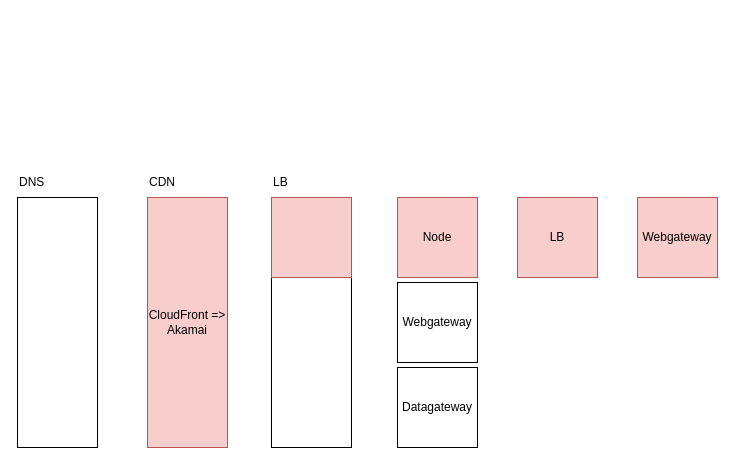
AC-YoY/diagram-storage keeps this draw.io diagram as ssr-phemex.drawio. Above is the earlier version. Source tidied: cells renumbered, new cells numbered last; positions are measured from the earlier drawing's top-left corner, leaving out a move shared by most shapes. Both pictures are drawn from the tidied source at 100%, with x=0, y=0 at pixel (17, 167).
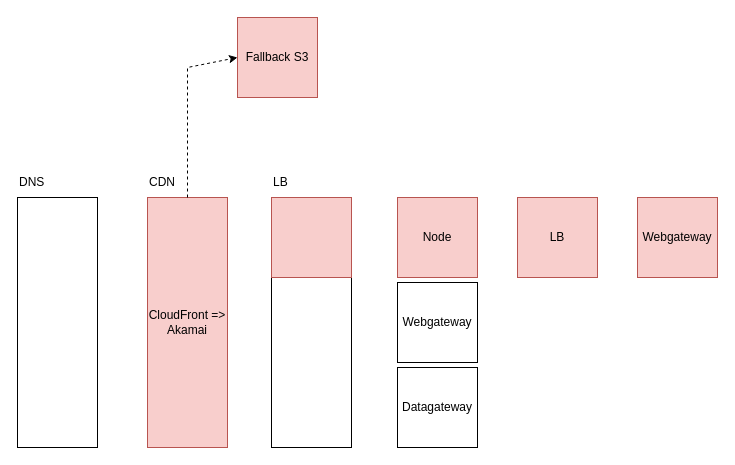
The same diagram, later.

Change to the diagram source:
```diff
@@
 <mxGraphModel>
   <root>
     <mxCell id="0" />
     <mxCell id="1" parent="0" />
     <mxCell id="2" style="rounded=0;whiteSpace=wrap;html=1;" parent="1" vertex="1">
       <mxGeometry y="30" width="80" height="250" as="geometry" />
     </mxCell>
     <mxCell id="3" value="&lt;div&gt;&lt;span style=&quot;background-color: transparent; color: light-dark(rgb(0, 0, 0), rgb(255, 255, 255));&quot;&gt;CloudFront =&amp;gt; Akamai&lt;/span&gt;&lt;/div&gt;" style="rounded=0;whiteSpace=wrap;html=1;fillColor=#f8cecc;strokeColor=#b85450;" parent="1" vertex="1">
       <mxGeometry x="130" y="30" width="80" height="250" as="geometry" />
     </mxCell>
     <mxCell id="4" style="rounded=0;whiteSpace=wrap;html=1;" parent="1" vertex="1">
       <mxGeometry x="254" y="30" width="80" height="250" as="geometry" />
     </mxCell>
     <mxCell id="5" value="DNS" style="text;html=1;align=left;verticalAlign=middle;whiteSpace=wrap;rounded=0;" parent="1" vertex="1">
       <mxGeometry width="60" height="30" as="geometry" />
     </mxCell>
     <mxCell id="6" value="CDN" style="text;html=1;align=left;verticalAlign=middle;whiteSpace=wrap;rounded=0;" parent="1" vertex="1">
       <mxGeometry x="130" width="60" height="30" as="geometry" />
     </mxCell>
     <mxCell id="7" value="LB" style="text;html=1;align=left;verticalAlign=middle;whiteSpace=wrap;rounded=0;" parent="1" vertex="1">
       <mxGeometry x="254" width="60" height="30" as="geometry" />
     </mxCell>
     <mxCell id="8" value="Node" style="rounded=0;whiteSpace=wrap;html=1;fillColor=#f8cecc;strokeColor=#b85450;" parent="1" vertex="1">
       <mxGeometry x="380" y="30" width="80" height="80" as="geometry" />
     </mxCell>
     <mxCell id="9" value="Webgateway" style="rounded=0;whiteSpace=wrap;html=1;" parent="1" vertex="1">
       <mxGeometry x="380" y="115" width="80" height="80" as="geometry" />
     </mxCell>
     <mxCell id="10" value="Datagateway" style="rounded=0;whiteSpace=wrap;html=1;" parent="1" vertex="1">
       <mxGeometry x="380" y="200" width="80" height="80" as="geometry" />
     </mxCell>
     <mxCell id="11" value="Webgateway" style="rounded=0;whiteSpace=wrap;html=1;fillColor=#f8cecc;strokeColor=#b85450;" parent="1" vertex="1">
       <mxGeometry x="620" y="30" width="80" height="80" as="geometry" />
     </mxCell>
     <mxCell id="12" value="LB" style="rounded=0;whiteSpace=wrap;html=1;fillColor=#f8cecc;strokeColor=#b85450;" parent="1" vertex="1">
       <mxGeometry x="500" y="30" width="80" height="80" as="geometry" />
     </mxCell>
     <mxCell id="13" style="rounded=0;whiteSpace=wrap;html=1;fillColor=#f8cecc;strokeColor=#b85450;" parent="1" vertex="1">
       <mxGeometry x="254" y="30" width="80" height="80" as="geometry" />
     </mxCell>
+    <mxCell id="14" value="Fallback S3" style="rounded=0;whiteSpace=wrap;html=1;fillColor=#f8cecc;strokeColor=#b85450;" parent="1" vertex="1">
+      <mxGeometry x="220" y="-150" width="80" height="80" as="geometry" />
+    </mxCell>
+    <mxCell id="15" style="endArrow=classic;html=1;rounded=0;entryX=0;entryY=0.5;entryDx=0;entryDy=0;exitX=0.5;exitY=0;exitDx=0;exitDy=0;curved=0;strokeColor=default;dashed=1;" parent="1" edge="1" source="3" target="14">
+      <mxGeometry relative="1" as="geometry">
+        <Array as="points">
+          <mxPoint x="170" y="-100" />
+        </Array>
+      </mxGeometry>
+    </mxCell>
   </root>
 </mxGraphModel>
```
